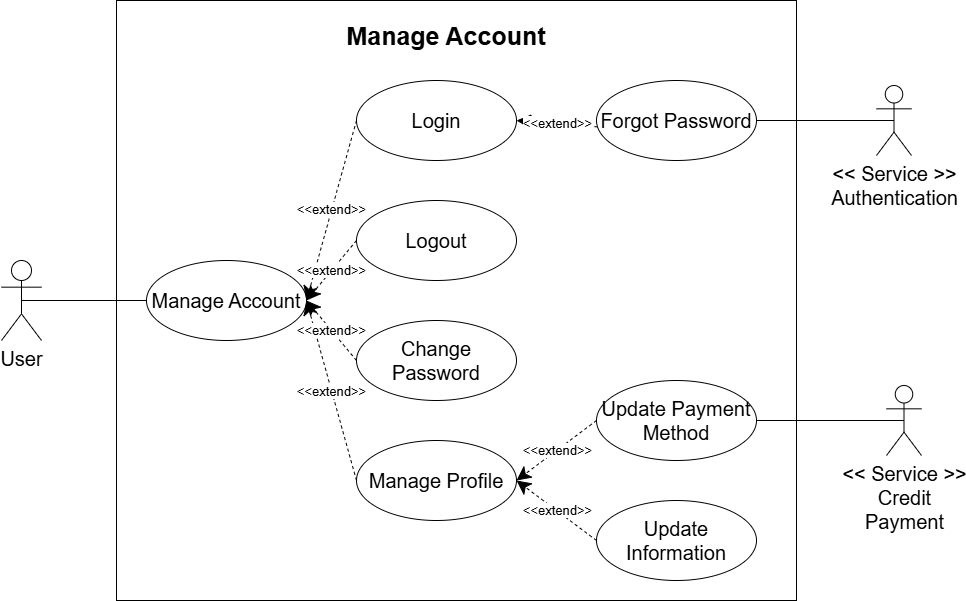
This is docs/usecases/detailed/manage_account.drawio.png from Thu-sunrise/cloud_computing, a draw.io export, as it was before one commit. Source tidied: cells renumbered, new cells last; positions are measured from the earlier drawing's top-left corner, leaving out a move shared by most shapes. Source of this version:
```xml
<mxGraphModel background="#ffffff">
  <root>
    <mxCell id="0" />
    <mxCell id="1" parent="0" />
    <mxCell id="2" style="rounded=0;whiteSpace=wrap;html=1;textOpacity=10;" parent="1" vertex="1">
      <mxGeometry x="115" width="680" height="600" as="geometry" />
    </mxCell>
    <mxCell id="3" value="&lt;font&gt;Login&lt;/font&gt;" style="ellipse;whiteSpace=wrap;html=1;fontSize=20;" parent="1" vertex="1">
      <mxGeometry x="355" y="80" width="160" height="80" as="geometry" />
    </mxCell>
    <mxCell id="4" value="&lt;font&gt;Logout&lt;/font&gt;" style="ellipse;whiteSpace=wrap;html=1;fontSize=20;" parent="1" vertex="1">
      <mxGeometry x="355" y="200" width="160" height="80" as="geometry" />
    </mxCell>
    <mxCell id="5" value="&lt;font&gt;Manage Profile&lt;/font&gt;" style="ellipse;whiteSpace=wrap;html=1;fontSize=20;" parent="1" vertex="1">
      <mxGeometry x="355" y="440" width="160" height="80" as="geometry" />
    </mxCell>
    <mxCell id="6" value="&lt;font&gt;Update&lt;/font&gt;&lt;div&gt;&lt;font&gt;Information&lt;/font&gt;&lt;/div&gt;" style="ellipse;whiteSpace=wrap;html=1;fontSize=20;" parent="1" vertex="1">
      <mxGeometry x="595" y="500" width="160" height="80" as="geometry" />
    </mxCell>
    <mxCell id="7" value="&lt;font&gt;Update Payment Method&lt;/font&gt;" style="ellipse;whiteSpace=wrap;html=1;fontSize=20;" parent="1" vertex="1">
      <mxGeometry x="595" y="380" width="160" height="80" as="geometry" />
    </mxCell>
    <mxCell id="8" value="&lt;font&gt;Change Password&lt;/font&gt;" style="ellipse;whiteSpace=wrap;html=1;fontSize=20;" parent="1" vertex="1">
      <mxGeometry x="355" y="320" width="160" height="80" as="geometry" />
    </mxCell>
    <mxCell id="9" value="&lt;span&gt;&lt;font&gt;Forgot Password&lt;/font&gt;&lt;/span&gt;" style="ellipse;whiteSpace=wrap;html=1;fontSize=20;" parent="1" vertex="1">
      <mxGeometry x="595" y="80" width="160" height="80" as="geometry" />
    </mxCell>
    <mxCell id="10" value="&amp;lt;&amp;lt;extend&amp;gt;&amp;gt;" style="endArrow=classic;endSize=12;dashed=1;html=1;rounded=0;exitX=0.006;exitY=0.58;exitDx=0;exitDy=0;exitPerimeter=0;entryX=1;entryY=0.5;entryDx=0;entryDy=0;endFill=1;fontSize=13;" parent="1" edge="1" source="9" target="3">
      <mxGeometry relative="1" as="geometry" />
    </mxCell>
    <mxCell id="11" style="rounded=0;jettySize=auto;html=1;exitX=0.5;exitY=0.5;exitDx=0;exitDy=0;exitPerimeter=0;entryX=0;entryY=0.5;entryDx=0;entryDy=0;endArrow=none;endFill=0;fontSize=25;" parent="1" edge="1" source="12" target="15">
      <mxGeometry relative="1" as="geometry" />
    </mxCell>
    <mxCell id="12" value="&lt;span&gt;User&lt;/span&gt;" style="shape=umlActor;verticalLabelPosition=bottom;verticalAlign=top;html=1;fontSize=20;" parent="1" vertex="1">
      <mxGeometry y="260" width="40" height="80" as="geometry" />
    </mxCell>
    <mxCell id="13" value="&lt;font&gt;&amp;lt;&amp;lt; Service &amp;gt;&amp;gt;&lt;/font&gt;&lt;div&gt;&lt;font&gt;Authentication&lt;/font&gt;&lt;/div&gt;" style="shape=umlActor;verticalLabelPosition=bottom;verticalAlign=top;html=1;fontSize=20;" parent="1" vertex="1">
      <mxGeometry x="875" y="85" width="35" height="70" as="geometry" />
    </mxCell>
    <mxCell id="14" style="rounded=0;jettySize=auto;html=1;exitX=1;exitY=0.5;exitDx=0;exitDy=0;entryX=0.5;entryY=0.5;entryDx=0;entryDy=0;entryPerimeter=0;endArrow=none;endFill=0;fontSize=25;" parent="1" edge="1" source="9" target="13">
      <mxGeometry relative="1" as="geometry" />
    </mxCell>
    <mxCell id="15" value="&lt;span&gt;Manage Account&lt;/span&gt;" style="ellipse;whiteSpace=wrap;html=1;fontSize=20;" parent="1" vertex="1">
      <mxGeometry x="145" y="260" width="160" height="80" as="geometry" />
    </mxCell>
    <mxCell id="16" value="&amp;lt;&amp;lt;extend&amp;gt;&amp;gt;" style="endArrow=classic;endSize=12;dashed=1;html=1;rounded=0;exitX=0;exitY=0.5;exitDx=0;exitDy=0;entryX=1;entryY=0.5;entryDx=0;entryDy=0;endFill=1;fontSize=13;" parent="1" edge="1" source="6" target="5">
      <mxGeometry relative="1" as="geometry" />
    </mxCell>
    <mxCell id="17" value="&amp;lt;&amp;lt;extend&amp;gt;&amp;gt;" style="endArrow=classic;endSize=12;dashed=1;html=1;rounded=0;exitX=0;exitY=0.5;exitDx=0;exitDy=0;entryX=1;entryY=0.5;entryDx=0;entryDy=0;endFill=1;fontSize=13;" parent="1" edge="1" source="7" target="5">
      <mxGeometry relative="1" as="geometry" />
    </mxCell>
    <mxCell id="18" value="&amp;lt;&amp;lt;extend&amp;gt;&amp;gt;" style="endArrow=classic;endSize=12;dashed=1;html=1;rounded=0;exitX=0;exitY=0.5;exitDx=0;exitDy=0;entryX=1;entryY=0.5;entryDx=0;entryDy=0;endFill=1;fontSize=13;" parent="1" edge="1" source="3" target="15">
      <mxGeometry relative="1" as="geometry" />
    </mxCell>
    <mxCell id="19" value="&amp;lt;&amp;lt;extend&amp;gt;&amp;gt;" style="endArrow=classic;endSize=12;dashed=1;html=1;rounded=0;exitX=0;exitY=0.5;exitDx=0;exitDy=0;entryX=1;entryY=0.5;entryDx=0;entryDy=0;endFill=1;fontSize=13;" parent="1" edge="1" source="4" target="15">
      <mxGeometry relative="1" as="geometry" />
    </mxCell>
    <mxCell id="20" value="&amp;lt;&amp;lt;extend&amp;gt;&amp;gt;" style="endArrow=classic;endSize=12;dashed=1;html=1;rounded=0;exitX=0;exitY=0.5;exitDx=0;exitDy=0;endFill=1;entryX=1;entryY=0.5;entryDx=0;entryDy=0;fontSize=13;" parent="1" edge="1" source="5" target="15">
      <mxGeometry relative="1" as="geometry" />
    </mxCell>
    <mxCell id="21" value="&amp;lt;&amp;lt;extend&amp;gt;&amp;gt;" style="endArrow=classic;endSize=12;dashed=1;html=1;rounded=0;exitX=0;exitY=0.5;exitDx=0;exitDy=0;entryX=1;entryY=0.5;entryDx=0;entryDy=0;endFill=1;fontSize=13;" parent="1" edge="1" source="8" target="15">
      <mxGeometry relative="1" as="geometry" />
    </mxCell>
    <mxCell id="22" value="&lt;font&gt;&amp;lt;&amp;lt; Service &amp;gt;&amp;gt;&lt;/font&gt;&lt;div&gt;&lt;span style=&quot;text-wrap-mode: wrap;&quot;&gt;Credit Payment&lt;/span&gt;&lt;/div&gt;" style="shape=umlActor;verticalLabelPosition=bottom;verticalAlign=top;html=1;fontSize=20;" parent="1" vertex="1">
      <mxGeometry x="885" y="385" width="35" height="70" as="geometry" />
    </mxCell>
    <mxCell id="23" style="rounded=0;jettySize=auto;html=1;exitX=1;exitY=0.5;exitDx=0;exitDy=0;entryX=0.5;entryY=0.5;entryDx=0;entryDy=0;entryPerimeter=0;endArrow=none;endFill=0;fontSize=25;" parent="1" edge="1" source="7" target="22">
      <mxGeometry relative="1" as="geometry" />
    </mxCell>
    <mxCell id="24" value="&lt;b&gt;&lt;font style=&quot;font-size: 25px;&quot;&gt;Manage Account&lt;/font&gt;&lt;/b&gt;" style="text;html=1;align=center;verticalAlign=middle;whiteSpace=wrap;rounded=0;" parent="1" vertex="1">
      <mxGeometry x="225" y="20" width="440" height="30" as="geometry" />
    </mxCell>
  </root>
</mxGraphModel>
```
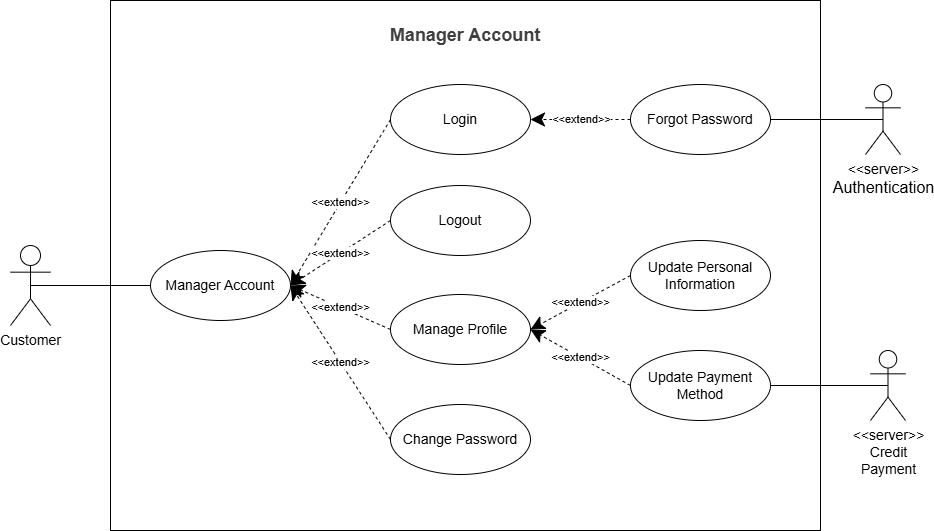
The same file after the commit.

Commit message:
Manage Account use case and View Products use case update

The edit, as a diff of the source:
```diff
@@ -2,74 +2,74 @@
   <root>
     <mxCell id="0" />
     <mxCell id="1" parent="0" />
-    <mxCell id="2" style="rounded=0;whiteSpace=wrap;html=1;textOpacity=10;" parent="1" vertex="1">
-      <mxGeometry x="115" width="680" height="600" as="geometry" />
-    </mxCell>
+    <mxCell id="24" style="rounded=0;whiteSpace=wrap;html=1;" parent="1" vertex="1">
+      <mxGeometry x="155" y="-74" width="710" height="530" as="geometry" />
+    </mxCell>
-    <mxCell id="3" value="&lt;font&gt;Login&lt;/font&gt;" style="ellipse;whiteSpace=wrap;html=1;fontSize=20;" parent="1" vertex="1">
-      <mxGeometry x="355" y="80" width="160" height="80" as="geometry" />
+    <mxCell id="3" value="&lt;font style=&quot;font-size: 14px;&quot;&gt;Login&lt;/font&gt;" style="ellipse;whiteSpace=wrap;html=1;" parent="1" vertex="1">
+      <mxGeometry x="435" y="10" width="140" height="70" as="geometry" />
     </mxCell>
-    <mxCell id="4" value="&lt;font&gt;Logout&lt;/font&gt;" style="ellipse;whiteSpace=wrap;html=1;fontSize=20;" parent="1" vertex="1">
-      <mxGeometry x="355" y="200" width="160" height="80" as="geometry" />
+    <mxCell id="4" value="&lt;font style=&quot;font-size: 14px;&quot;&gt;Logout&lt;/font&gt;" style="ellipse;whiteSpace=wrap;html=1;" parent="1" vertex="1">
+      <mxGeometry x="435" y="111" width="140" height="70" as="geometry" />
     </mxCell>
-    <mxCell id="5" value="&lt;font&gt;Manage Profile&lt;/font&gt;" style="ellipse;whiteSpace=wrap;html=1;fontSize=20;" parent="1" vertex="1">
-      <mxGeometry x="355" y="440" width="160" height="80" as="geometry" />
+    <mxCell id="5" value="&lt;font style=&quot;font-size: 14px;&quot;&gt;Manage Profile&lt;/font&gt;" style="ellipse;whiteSpace=wrap;html=1;" parent="1" vertex="1">
+      <mxGeometry x="435" y="220" width="140" height="70" as="geometry" />
     </mxCell>
-    <mxCell id="6" value="&lt;font&gt;Update&lt;/font&gt;&lt;div&gt;&lt;font&gt;Information&lt;/font&gt;&lt;/div&gt;" style="ellipse;whiteSpace=wrap;html=1;fontSize=20;" parent="1" vertex="1">
-      <mxGeometry x="595" y="500" width="160" height="80" as="geometry" />
-    </mxCell>
+    <mxCell id="25" value="&lt;font style=&quot;font-size: 14px;&quot;&gt;Update Personal Information&lt;/font&gt;" style="ellipse;whiteSpace=wrap;html=1;" parent="1" vertex="1">
+      <mxGeometry x="675" y="166" width="140" height="70" as="geometry" />
+    </mxCell>
-    <mxCell id="7" value="&lt;font&gt;Update Payment Method&lt;/font&gt;" style="ellipse;whiteSpace=wrap;html=1;fontSize=20;" parent="1" vertex="1">
-      <mxGeometry x="595" y="380" width="160" height="80" as="geometry" />
+    <mxCell id="7" value="&lt;font style=&quot;font-size: 14px;&quot;&gt;Update Payment Method&lt;/font&gt;" style="ellipse;whiteSpace=wrap;html=1;" parent="1" vertex="1">
+      <mxGeometry x="675" y="276" width="140" height="70" as="geometry" />
     </mxCell>
-    <mxCell id="8" value="&lt;font&gt;Change Password&lt;/font&gt;" style="ellipse;whiteSpace=wrap;html=1;fontSize=20;" parent="1" vertex="1">
-      <mxGeometry x="355" y="320" width="160" height="80" as="geometry" />
+    <mxCell id="8" value="&lt;font style=&quot;font-size: 14px;&quot;&gt;Change Password&lt;/font&gt;" style="ellipse;whiteSpace=wrap;html=1;" parent="1" vertex="1">
+      <mxGeometry x="435" y="330" width="140" height="70" as="geometry" />
     </mxCell>
-    <mxCell id="9" value="&lt;span&gt;&lt;font&gt;Forgot Password&lt;/font&gt;&lt;/span&gt;" style="ellipse;whiteSpace=wrap;html=1;fontSize=20;" parent="1" vertex="1">
-      <mxGeometry x="595" y="80" width="160" height="80" as="geometry" />
+    <mxCell id="9" value="&lt;span&gt;&lt;font style=&quot;font-size: 14px;&quot;&gt;Forgot Password&lt;/font&gt;&lt;/span&gt;" style="ellipse;whiteSpace=wrap;html=1;" parent="1" vertex="1">
+      <mxGeometry x="675" y="10" width="140" height="70" as="geometry" />
     </mxCell>
-    <mxCell id="10" value="&amp;lt;&amp;lt;extend&amp;gt;&amp;gt;" style="endArrow=classic;endSize=12;dashed=1;html=1;rounded=0;exitX=0.006;exitY=0.58;exitDx=0;exitDy=0;exitPerimeter=0;entryX=1;entryY=0.5;entryDx=0;entryDy=0;endFill=1;fontSize=13;" parent="1" edge="1" source="9" target="3">
+    <mxCell id="10" value="&amp;lt;&amp;lt;extend&amp;gt;&amp;gt;" style="endArrow=classic;endSize=12;dashed=1;html=1;rounded=0;exitX=0;exitY=0.5;exitDx=0;exitDy=0;entryX=1;entryY=0.5;entryDx=0;entryDy=0;endFill=1;" parent="1" edge="1" source="9" target="3">
       <mxGeometry relative="1" as="geometry" />
     </mxCell>
-    <mxCell id="11" style="rounded=0;jettySize=auto;html=1;exitX=0.5;exitY=0.5;exitDx=0;exitDy=0;exitPerimeter=0;entryX=0;entryY=0.5;entryDx=0;entryDy=0;endArrow=none;endFill=0;fontSize=25;" parent="1" edge="1" source="12" target="15">
-      <mxGeometry relative="1" as="geometry" />
-    </mxCell>
-    <mxCell id="12" value="&lt;span&gt;User&lt;/span&gt;" style="shape=umlActor;verticalLabelPosition=bottom;verticalAlign=top;html=1;fontSize=20;" parent="1" vertex="1">
-      <mxGeometry y="260" width="40" height="80" as="geometry" />
-    </mxCell>
-    <mxCell id="13" value="&lt;font&gt;&amp;lt;&amp;lt; Service &amp;gt;&amp;gt;&lt;/font&gt;&lt;div&gt;&lt;font&gt;Authentication&lt;/font&gt;&lt;/div&gt;" style="shape=umlActor;verticalLabelPosition=bottom;verticalAlign=top;html=1;fontSize=20;" parent="1" vertex="1">
-      <mxGeometry x="875" y="85" width="35" height="70" as="geometry" />
-    </mxCell>
-    <mxCell id="14" style="rounded=0;jettySize=auto;html=1;exitX=1;exitY=0.5;exitDx=0;exitDy=0;entryX=0.5;entryY=0.5;entryDx=0;entryDy=0;entryPerimeter=0;endArrow=none;endFill=0;fontSize=25;" parent="1" edge="1" source="9" target="13">
-      <mxGeometry relative="1" as="geometry" />
-    </mxCell>
-    <mxCell id="15" value="&lt;span&gt;Manage Account&lt;/span&gt;" style="ellipse;whiteSpace=wrap;html=1;fontSize=20;" parent="1" vertex="1">
-      <mxGeometry x="145" y="260" width="160" height="80" as="geometry" />
-    </mxCell>
-    <mxCell id="16" value="&amp;lt;&amp;lt;extend&amp;gt;&amp;gt;" style="endArrow=classic;endSize=12;dashed=1;html=1;rounded=0;exitX=0;exitY=0.5;exitDx=0;exitDy=0;entryX=1;entryY=0.5;entryDx=0;entryDy=0;endFill=1;fontSize=13;" parent="1" edge="1" source="6" target="5">
-      <mxGeometry relative="1" as="geometry" />
-    </mxCell>
+    <mxCell id="26" style="rounded=0;jettySize=auto;html=1;exitX=0.5;exitY=0.5;exitDx=0;exitDy=0;exitPerimeter=0;entryX=0;entryY=0.5;entryDx=0;entryDy=0;endArrow=none;endFill=0;" parent="1" edge="1" source="27" target="30">
+      <mxGeometry relative="1" as="geometry" />
+    </mxCell>
+    <mxCell id="27" value="&lt;span style=&quot;font-size: 14px;&quot;&gt;Customer&lt;/span&gt;" style="shape=umlActor;verticalLabelPosition=bottom;verticalAlign=top;html=1;" parent="1" vertex="1">
+      <mxGeometry x="55" y="171" width="40" height="80" as="geometry" />
+    </mxCell>
+    <mxCell id="28" value="&lt;font style=&quot;font-size: 14px;&quot;&gt;&amp;lt;&amp;lt;server&amp;gt;&amp;gt;&lt;/font&gt;&lt;div&gt;&lt;font size=&quot;3&quot;&gt;Authentication&lt;/font&gt;&lt;/div&gt;" style="shape=umlActor;verticalLabelPosition=bottom;verticalAlign=top;html=1;" parent="1" vertex="1">
+      <mxGeometry x="910" y="10" width="35" height="70" as="geometry" />
+    </mxCell>
+    <mxCell id="29" style="rounded=0;jettySize=auto;html=1;exitX=1;exitY=0.5;exitDx=0;exitDy=0;entryX=0.5;entryY=0.5;entryDx=0;entryDy=0;entryPerimeter=0;endArrow=none;endFill=0;" parent="1" edge="1" source="9" target="28">
+      <mxGeometry relative="1" as="geometry" />
+    </mxCell>
+    <mxCell id="30" value="&lt;span style=&quot;font-size: 14px;&quot;&gt;Manager Account&lt;/span&gt;" style="ellipse;whiteSpace=wrap;html=1;" parent="1" vertex="1">
+      <mxGeometry x="195" y="176" width="140" height="70" as="geometry" />
+    </mxCell>
+    <mxCell id="31" value="&amp;lt;&amp;lt;extend&amp;gt;&amp;gt;" style="endArrow=classic;endSize=12;dashed=1;html=1;rounded=0;exitX=0;exitY=0.5;exitDx=0;exitDy=0;entryX=1;entryY=0.5;entryDx=0;entryDy=0;endFill=1;" parent="1" edge="1" source="25" target="5">
+      <mxGeometry relative="1" as="geometry" />
+    </mxCell>
-    <mxCell id="17" value="&amp;lt;&amp;lt;extend&amp;gt;&amp;gt;" style="endArrow=classic;endSize=12;dashed=1;html=1;rounded=0;exitX=0;exitY=0.5;exitDx=0;exitDy=0;entryX=1;entryY=0.5;entryDx=0;entryDy=0;endFill=1;fontSize=13;" parent="1" edge="1" source="7" target="5">
+    <mxCell id="17" value="&amp;lt;&amp;lt;extend&amp;gt;&amp;gt;" style="endArrow=classic;endSize=12;dashed=1;html=1;rounded=0;exitX=0;exitY=0.5;exitDx=0;exitDy=0;entryX=1;entryY=0.5;entryDx=0;entryDy=0;endFill=1;" parent="1" edge="1" source="7" target="5">
       <mxGeometry relative="1" as="geometry" />
     </mxCell>
-    <mxCell id="18" value="&amp;lt;&amp;lt;extend&amp;gt;&amp;gt;" style="endArrow=classic;endSize=12;dashed=1;html=1;rounded=0;exitX=0;exitY=0.5;exitDx=0;exitDy=0;entryX=1;entryY=0.5;entryDx=0;entryDy=0;endFill=1;fontSize=13;" parent="1" edge="1" source="3" target="15">
-      <mxGeometry relative="1" as="geometry" />
-    </mxCell>
-    <mxCell id="19" value="&amp;lt;&amp;lt;extend&amp;gt;&amp;gt;" style="endArrow=classic;endSize=12;dashed=1;html=1;rounded=0;exitX=0;exitY=0.5;exitDx=0;exitDy=0;entryX=1;entryY=0.5;entryDx=0;entryDy=0;endFill=1;fontSize=13;" parent="1" edge="1" source="4" target="15">
-      <mxGeometry relative="1" as="geometry" />
-    </mxCell>
-    <mxCell id="20" value="&amp;lt;&amp;lt;extend&amp;gt;&amp;gt;" style="endArrow=classic;endSize=12;dashed=1;html=1;rounded=0;exitX=0;exitY=0.5;exitDx=0;exitDy=0;endFill=1;entryX=1;entryY=0.5;entryDx=0;entryDy=0;fontSize=13;" parent="1" edge="1" source="5" target="15">
-      <mxGeometry relative="1" as="geometry" />
-    </mxCell>
-    <mxCell id="21" value="&amp;lt;&amp;lt;extend&amp;gt;&amp;gt;" style="endArrow=classic;endSize=12;dashed=1;html=1;rounded=0;exitX=0;exitY=0.5;exitDx=0;exitDy=0;entryX=1;entryY=0.5;entryDx=0;entryDy=0;endFill=1;fontSize=13;" parent="1" edge="1" source="8" target="15">
-      <mxGeometry relative="1" as="geometry" />
-    </mxCell>
-    <mxCell id="22" value="&lt;font&gt;&amp;lt;&amp;lt; Service &amp;gt;&amp;gt;&lt;/font&gt;&lt;div&gt;&lt;span style=&quot;text-wrap-mode: wrap;&quot;&gt;Credit Payment&lt;/span&gt;&lt;/div&gt;" style="shape=umlActor;verticalLabelPosition=bottom;verticalAlign=top;html=1;fontSize=20;" parent="1" vertex="1">
-      <mxGeometry x="885" y="385" width="35" height="70" as="geometry" />
-    </mxCell>
-    <mxCell id="23" style="rounded=0;jettySize=auto;html=1;exitX=1;exitY=0.5;exitDx=0;exitDy=0;entryX=0.5;entryY=0.5;entryDx=0;entryDy=0;entryPerimeter=0;endArrow=none;endFill=0;fontSize=25;" parent="1" edge="1" source="7" target="22">
-      <mxGeometry relative="1" as="geometry" />
-    </mxCell>
-    <mxCell id="24" value="&lt;b&gt;&lt;font style=&quot;font-size: 25px;&quot;&gt;Manage Account&lt;/font&gt;&lt;/b&gt;" style="text;html=1;align=center;verticalAlign=middle;whiteSpace=wrap;rounded=0;" parent="1" vertex="1">
-      <mxGeometry x="225" y="20" width="440" height="30" as="geometry" />
-    </mxCell>
+    <mxCell id="32" value="&amp;lt;&amp;lt;extend&amp;gt;&amp;gt;" style="endArrow=classic;endSize=12;dashed=1;html=1;rounded=0;exitX=0;exitY=0.5;exitDx=0;exitDy=0;entryX=1;entryY=0.5;entryDx=0;entryDy=0;endFill=1;" parent="1" edge="1" source="3" target="30">
+      <mxGeometry relative="1" as="geometry" />
+    </mxCell>
+    <mxCell id="33" value="&amp;lt;&amp;lt;extend&amp;gt;&amp;gt;" style="endArrow=classic;endSize=12;dashed=1;html=1;rounded=0;exitX=0;exitY=0.5;exitDx=0;exitDy=0;entryX=1;entryY=0.5;entryDx=0;entryDy=0;endFill=1;" parent="1" edge="1" source="4" target="30">
+      <mxGeometry relative="1" as="geometry" />
+    </mxCell>
+    <mxCell id="34" value="&amp;lt;&amp;lt;extend&amp;gt;&amp;gt;" style="endArrow=classic;endSize=12;dashed=1;html=1;rounded=0;exitX=0;exitY=0.5;exitDx=0;exitDy=0;entryX=1;entryY=0.5;entryDx=0;entryDy=0;endFill=1;" parent="1" edge="1" source="5" target="30">
+      <mxGeometry relative="1" as="geometry" />
+    </mxCell>
+    <mxCell id="35" value="&amp;lt;&amp;lt;extend&amp;gt;&amp;gt;" style="endArrow=classic;endSize=12;dashed=1;html=1;rounded=0;exitX=0;exitY=0.5;exitDx=0;exitDy=0;entryX=1;entryY=0.5;entryDx=0;entryDy=0;endFill=1;" parent="1" edge="1" source="8" target="30">
+      <mxGeometry relative="1" as="geometry" />
+    </mxCell>
+    <mxCell id="36" value="&lt;font style=&quot;font-size: 14px;&quot;&gt;&amp;lt;&amp;lt;server&amp;gt;&amp;gt;&lt;/font&gt;&lt;div&gt;&lt;span style=&quot;font-size: 14px; text-wrap-mode: wrap;&quot;&gt;Credit Payment&lt;/span&gt;&lt;/div&gt;" style="shape=umlActor;verticalLabelPosition=bottom;verticalAlign=top;html=1;" parent="1" vertex="1">
+      <mxGeometry x="915" y="276" width="35" height="70" as="geometry" />
+    </mxCell>
+    <mxCell id="37" style="rounded=0;jettySize=auto;html=1;exitX=1;exitY=0.5;exitDx=0;exitDy=0;entryX=0.5;entryY=0.5;entryDx=0;entryDy=0;entryPerimeter=0;endArrow=none;endFill=0;" parent="1" edge="1" source="7" target="36">
+      <mxGeometry relative="1" as="geometry" />
+    </mxCell>
+    <mxCell id="38" value="&lt;span style=&quot;color: rgb(63, 63, 63);&quot;&gt;&lt;b style=&quot;&quot;&gt;&lt;font style=&quot;font-size: 18px;&quot;&gt;Manager Account&lt;/font&gt;&lt;/b&gt;&lt;/span&gt;" style="text;html=1;align=center;verticalAlign=middle;whiteSpace=wrap;rounded=0;" parent="1" vertex="1">
+      <mxGeometry x="415" y="-54" width="190" height="30" as="geometry" />
+    </mxCell>
   </root>
 </mxGraphModel>
```
